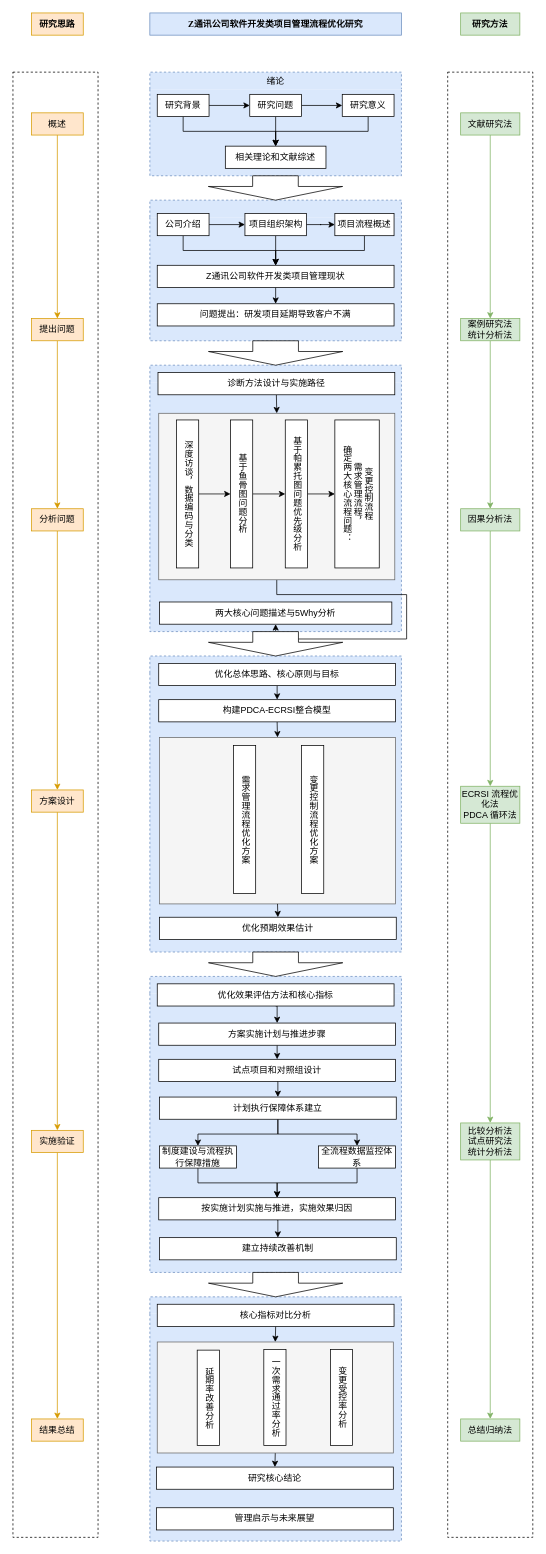
Above: 技术路线图.drawio in zhengt666/homework (draw.io), before the change. Source tidied: cells renumbered, new cells numbered last; positions are measured from the earlier drawing's top-left corner, leaving out a move shared by most shapes. Both pictures are drawn from the tidied source at 74%, with x=0, y=0 at pixel (13, 13).
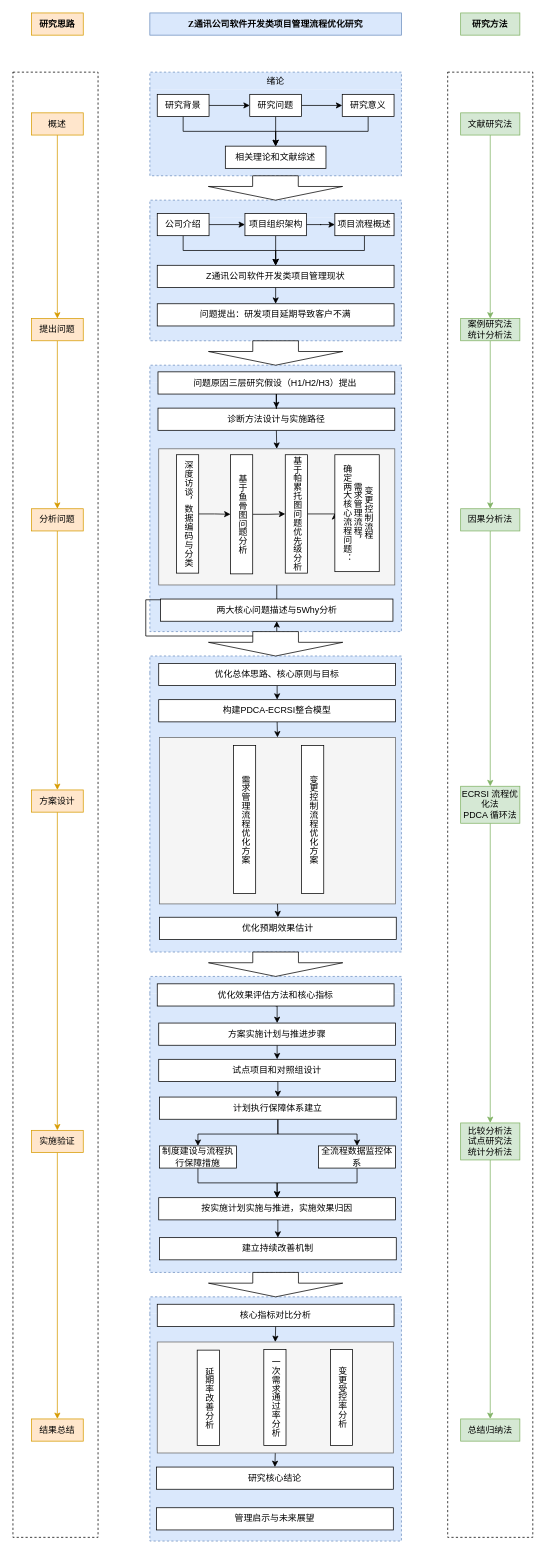
The same page after the edit.

Commit message:
更新技术路线图.drawio

The change refers to these unchanged cells:
```xml
<mxCell id="45" style="swimlane;whiteSpace=wrap;html=1;startSize=23;backgroundOutline=0;fixedHeader=0;fillColor=#dae8fc;swimlaneLine=0;strokeColor=#6c8ebf;swimlaneFillColor=#DAE8FC;dashed=1;" parent="1" vertex="1">
  <mxGeometry x="185" y="476" width="340" height="360" as="geometry" />
</mxCell>
```

The edit, as a diff of the source:
```diff
@@
     <mxCell id="47" style="rounded=0;whiteSpace=wrap;html=1;fillColor=#f5f5f5;strokeColor=#666666;fontColor=#333333;" parent="45" vertex="1">
-      <mxGeometry x="12" y="65" width="319" height="225" as="geometry" />
+      <mxGeometry x="12" y="113" width="319" height="184" as="geometry" />
     </mxCell>
@@
     <mxCell id="49" value="诊断方法设计与实施路径" style="rounded=0;whiteSpace=wrap;html=1;" parent="45" vertex="1">
-      <mxGeometry x="11" y="10" width="320" height="30" as="geometry" />
+      <mxGeometry x="11" y="58" width="320" height="30" as="geometry" />
     </mxCell>
@@
     <mxCell id="51" value="深度访谈，数据编码与分类" style="rounded=0;whiteSpace=wrap;html=1;direction=south;textDirection=vertical-lr;" parent="45" vertex="1">
-      <mxGeometry x="36" y="74" width="30" height="200" as="geometry" />
+      <mxGeometry x="36" y="121" width="30" height="160" as="geometry" />
     </mxCell>
@@
     <mxCell id="53" value="基于鱼骨图问题分析" style="rounded=0;whiteSpace=wrap;html=1;direction=south;textDirection=vertical-lr;" parent="45" vertex="1">
-      <mxGeometry x="109" y="74" width="30" height="200" as="geometry" />
+      <mxGeometry x="109" y="121" width="30" height="161" as="geometry" />
     </mxCell>
@@
     <mxCell id="55" value="基于帕累托图问题优先级分析" style="rounded=0;whiteSpace=wrap;html=1;direction=south;textDirection=vertical-lr;" parent="45" vertex="1">
-      <mxGeometry x="183" y="74" width="30" height="200" as="geometry" />
+      <mxGeometry x="183" y="121" width="30" height="160" as="geometry" />
     </mxCell>
     <mxCell id="56" value="确定两大核心流程问题：&lt;div&gt;需求管理流程，&lt;/div&gt;&lt;div&gt;变更控制流程&lt;/div&gt;" style="rounded=0;whiteSpace=wrap;html=1;direction=south;textDirection=vertical-lr;" parent="45" vertex="1">
-      <mxGeometry x="250" y="74" width="60" height="200" as="geometry" />
+      <mxGeometry x="250" y="121" width="60" height="158" as="geometry" />
     </mxCell>
     <mxCell id="57" value="两大核心问题描述与5Why分析" style="rounded=0;whiteSpace=wrap;html=1;direction=west;flipH=1;legacyAnchorPoints=0;flipV=1;" parent="45" vertex="1">
-      <mxGeometry x="13" y="320" width="314" height="30" as="geometry" />
+      <mxGeometry x="14.5" y="316" width="314" height="30" as="geometry" />
     </mxCell>
+    <mxCell id="110" style="edgeStyle=orthogonalEdgeStyle;rounded=0;jettySize=auto;html=1;exitX=0.5;exitY=1;exitDx=0;exitDy=0;" parent="45" edge="1" source="111" target="49">
+      <mxGeometry relative="1" as="geometry" />
+    </mxCell>
+    <mxCell id="111" value="问题原因三层研究假设（H1/H2/H3）提出&amp;nbsp;" style="rounded=0;whiteSpace=wrap;html=1;" parent="45" vertex="1">
+      <mxGeometry x="11" y="9" width="320" height="30" as="geometry" />
+    </mxCell>
```
